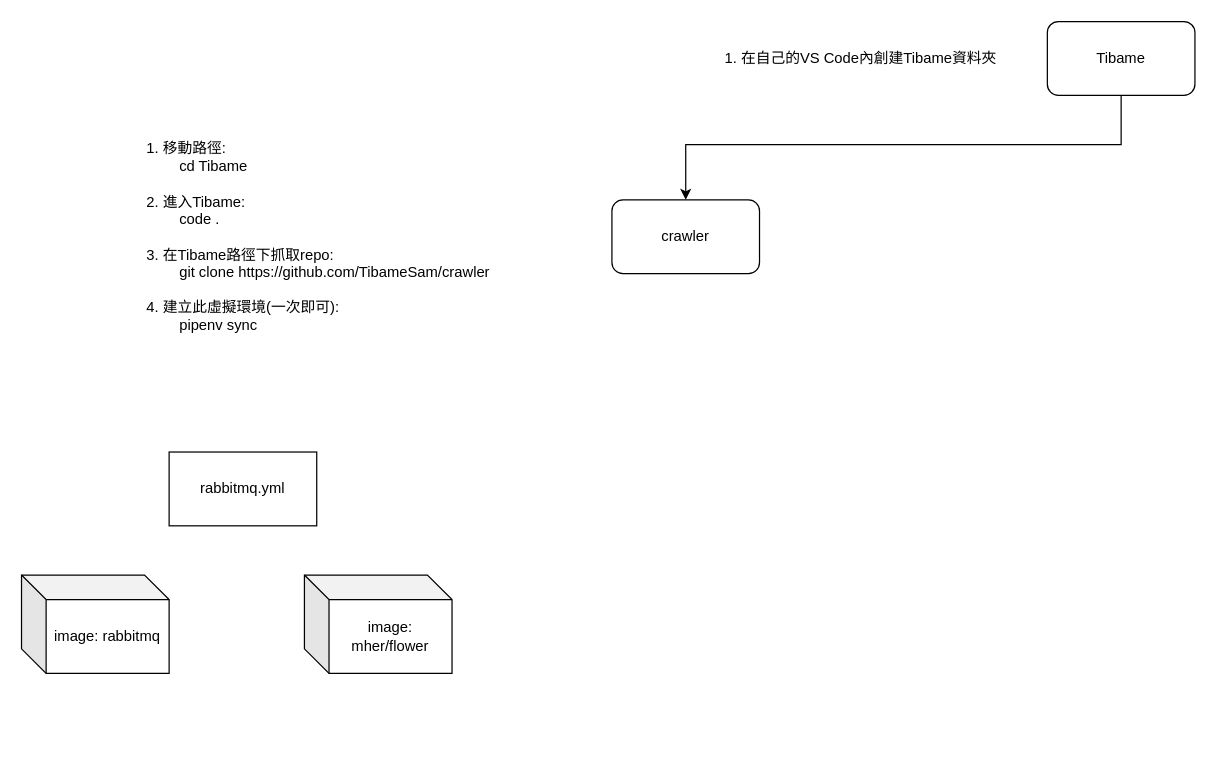
The draw.io diagram 架構圖.drawio in WadeLee52/ArchitectureDiagram, before the edit. Source tidied: cells renumbered, new cells numbered last; positions are measured from the earlier drawing's top-left corner, leaving out a move shared by most shapes. Both pictures are drawn from the tidied source at 123%, with x=0, y=0 at pixel (21, 21).
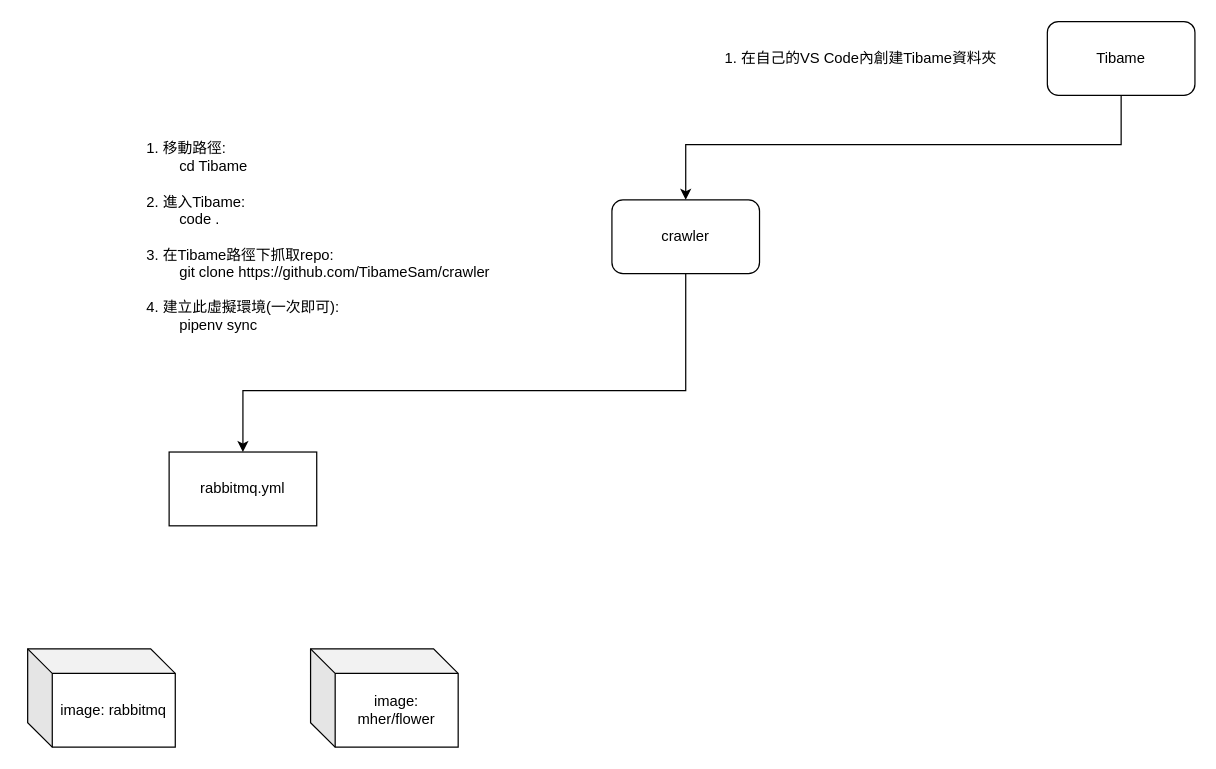
The same diagram, later.

Commit message:
更新架構圖.drawio

Change to the diagram source:
```diff
@@
 <mxGraphModel>
   <root>
     <mxCell id="0" />
     <mxCell id="1" parent="0" />
     <mxCell id="2" value="Tibame" style="rounded=1;whiteSpace=wrap;html=1;" parent="1" vertex="1">
       <mxGeometry x="834" width="120" height="60" as="geometry" />
     </mxCell>
     <mxCell id="3" value="1. 在自己的VS Code內創建Tibame資料夾" style="text;html=1;align=left;verticalAlign=middle;strokeColor=none;fillColor=none;" parent="1" vertex="1">
       <mxGeometry x="570" y="15" width="240" height="30" as="geometry" />
     </mxCell>
     <mxCell id="4" value="&lt;div&gt;1. 移動路徑: &lt;br&gt;&lt;span style=&quot;white-space: pre;&quot;&gt;&#9;&lt;/span&gt;cd Tibame&lt;br&gt;&lt;br&gt;&lt;/div&gt;&lt;div&gt;2. 進入Tibame: &lt;br&gt;&lt;span style=&quot;white-space: pre;&quot;&gt;&#9;&lt;/span&gt;code .&lt;br&gt;&lt;br&gt;&lt;/div&gt;&lt;div&gt;3. 在Tibame路徑下抓取repo:&amp;nbsp;&lt;br&gt;&lt;span style=&quot;background-color: transparent; color: light-dark(rgb(0, 0, 0), rgb(255, 255, 255));&quot;&gt;&lt;span style=&quot;white-space: pre;&quot;&gt;&#9;&lt;/span&gt;git clone https://github.com/TibameSam/crawler&lt;br&gt;&lt;br&gt;&lt;/span&gt;&lt;/div&gt;&lt;div&gt;4. 建立此虛擬環境(一次即可): &lt;br&gt;&lt;span style=&quot;white-space: pre;&quot;&gt;&#9;&lt;/span&gt;pipenv sync&amp;nbsp;&lt;/div&gt;" style="text;html=1;align=left;verticalAlign=middle;strokeColor=none;fillColor=none;" parent="1" vertex="1">
       <mxGeometry x="100" y="90" width="300" height="170" as="geometry" />
     </mxCell>
     <mxCell id="5" value="crawler" style="rounded=1;whiteSpace=wrap;html=1;" parent="1" vertex="1">
       <mxGeometry x="480" y="145" width="120" height="60" as="geometry" />
     </mxCell>
     <mxCell id="6" value="rabbitmq.yml" style="rounded=0;whiteSpace=wrap;html=1;" parent="1" vertex="1">
       <mxGeometry x="120" y="350" width="120" height="60" as="geometry" />
     </mxCell>
     <mxCell id="7" value="image: rabbitmq" style="shape=cube;whiteSpace=wrap;html=1;boundedLbl=1;backgroundOutline=1;darkOpacity=0.05;darkOpacity2=0.1;" parent="1" vertex="1">
-      <mxGeometry y="450" width="120" height="80" as="geometry" />
+      <mxGeometry x="5" y="510" width="120" height="80" as="geometry" />
     </mxCell>
     <mxCell id="8" value="image: mher/flower" style="shape=cube;whiteSpace=wrap;html=1;boundedLbl=1;backgroundOutline=1;darkOpacity=0.05;darkOpacity2=0.1;" parent="1" vertex="1">
-      <mxGeometry x="230" y="450" width="120" height="80" as="geometry" />
+      <mxGeometry x="235" y="510" width="120" height="80" as="geometry" />
     </mxCell>
     <mxCell id="9" style="endArrow=classic;html=1;rounded=0;entryX=0.5;entryY=0;entryDx=0;entryDy=0;exitX=0.5;exitY=1;exitDx=0;exitDy=0;" parent="1" edge="1" source="2" target="5">
       <mxGeometry relative="1" as="geometry">
         <Array as="points">
           <mxPoint x="894" y="100" />
           <mxPoint x="540" y="100" />
         </Array>
       </mxGeometry>
     </mxCell>
+    <mxCell id="10" style="endArrow=classic;html=1;rounded=0;entryX=0.5;entryY=0;entryDx=0;entryDy=0;exitX=0.5;exitY=1;exitDx=0;exitDy=0;" parent="1" edge="1" source="5" target="6">
+      <mxGeometry relative="1" as="geometry">
+        <Array as="points">
+          <mxPoint x="540" y="300" />
+          <mxPoint x="180" y="300" />
+        </Array>
+      </mxGeometry>
+    </mxCell>
   </root>
 </mxGraphModel>
```
